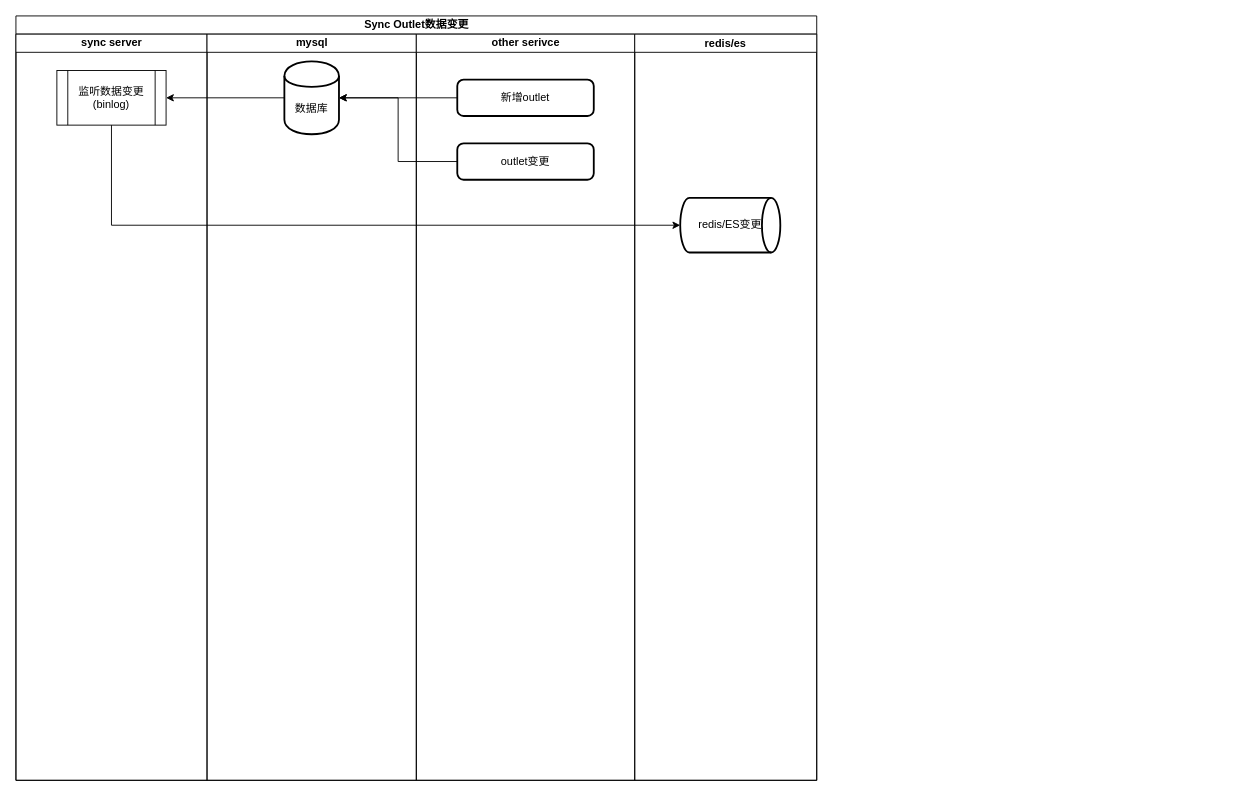
Before: Untitled Diagram.drawio in randomradio/cyzhao, a draw.io diagram. Source tidied: cells renumbered, new cells numbered last; positions are measured from the earlier drawing's top-left corner, leaving out a move shared by most shapes. Both pictures are drawn from the tidied source at 91%, with x=0, y=0 at pixel (15, 15).
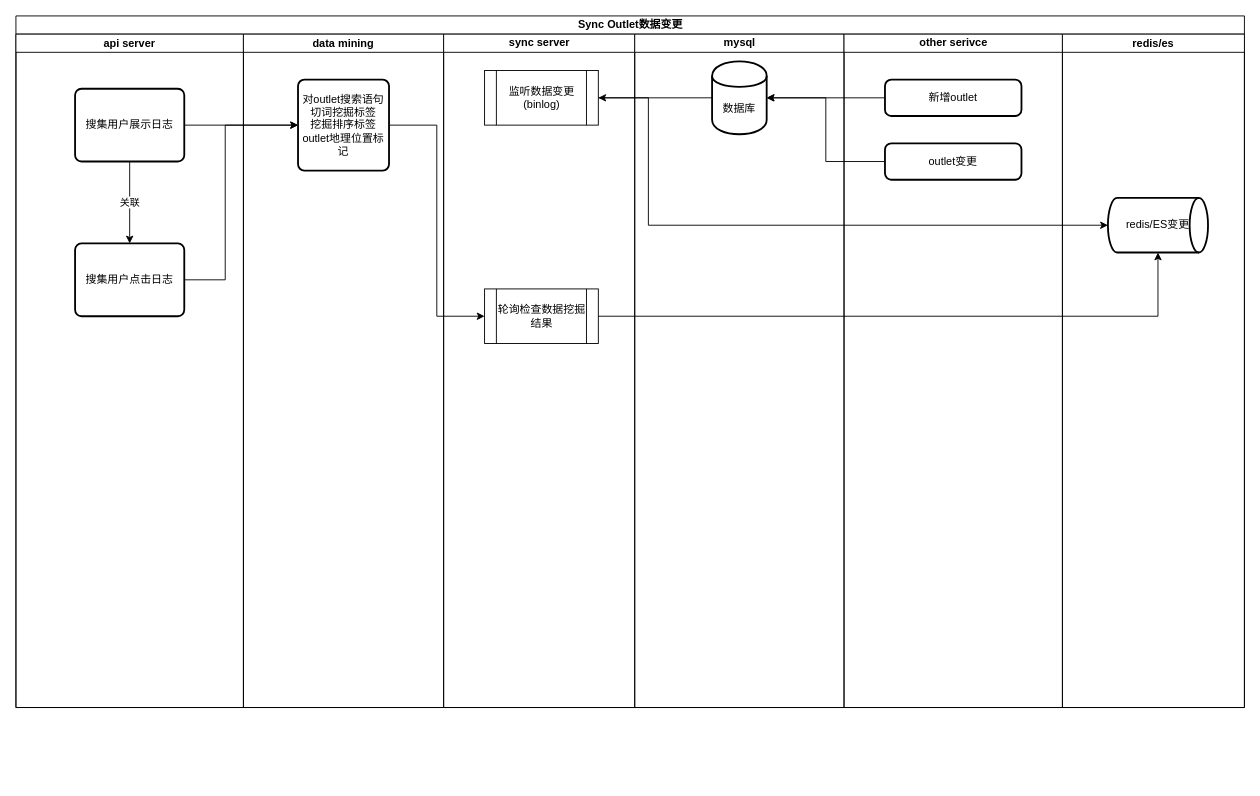
The same page after the edit.

The change refers to these unchanged cells:
```xml
<mxCell id="13" value="redis/ES变更" style="strokeWidth=2;html=1;shape=mxgraph.flowchart.direct_data;whiteSpace=wrap;" parent="12" vertex="1">
  <mxGeometry x="50" y="180" width="110" height="60" as="geometry" />
</mxCell>
```

Diff of the diagram source:
```diff
@@
     <mxCell id="2" value="Sync Outlet数据变更" style="swimlane;html=1;startSize=20;" parent="1" vertex="1">
-      <mxGeometry width="880" height="840" as="geometry" />
+      <mxGeometry width="1350" height="760" as="geometry" />
     </mxCell>
+    <mxCell id="16" value="api server" style="swimlane;startSize=20;" parent="2" vertex="1">
+      <mxGeometry y="20" width="250" height="740" as="geometry" />
+    </mxCell>
+    <mxCell id="17" value="关联" style="edgeStyle=orthogonalEdgeStyle;rounded=0;jettySize=auto;html=1;exitX=0.5;exitY=1;exitDx=0;exitDy=0;entryX=0.5;entryY=0;entryDx=0;entryDy=0;" parent="16" edge="1" source="18" target="19">
+      <mxGeometry relative="1" as="geometry" />
+    </mxCell>
+    <mxCell id="18" value="搜集用户展示日志" style="rounded=1;whiteSpace=wrap;html=1;absoluteArcSize=1;arcSize=14;strokeWidth=2;" parent="16" vertex="1">
+      <mxGeometry x="65" y="60" width="120" height="80" as="geometry" />
+    </mxCell>
+    <mxCell id="19" value="搜集用户点击日志" style="rounded=1;whiteSpace=wrap;html=1;absoluteArcSize=1;arcSize=14;strokeWidth=2;" parent="16" vertex="1">
+      <mxGeometry x="65" y="230" width="120" height="80" as="geometry" />
+    </mxCell>
+    <mxCell id="20" value="data mining" style="swimlane;startSize=20;" parent="2" vertex="1">
+      <mxGeometry x="250" y="20" width="220" height="740" as="geometry" />
+    </mxCell>
+    <mxCell id="21" value="对outlet搜索语句切词挖掘标签&lt;br&gt;挖掘排序标签&lt;br&gt;outlet地理位置标记" style="rounded=1;whiteSpace=wrap;html=1;absoluteArcSize=1;arcSize=14;strokeWidth=2;" parent="20" vertex="1">
+      <mxGeometry x="60" y="50" width="100" height="100" as="geometry" />
+    </mxCell>
     <mxCell id="3" value="sync server" style="swimlane;html=1;startSize=20;" parent="2" vertex="1">
-      <mxGeometry y="20" width="210" height="820" as="geometry" />
+      <mxGeometry x="470" y="20" width="210" height="740" as="geometry" />
     </mxCell>
     <mxCell id="4" value="监听数据变更(binlog)" style="shape=process;whiteSpace=wrap;html=1;backgroundOutline=1;" parent="3" vertex="1">
-      <mxGeometry x="45" y="40" width="120" height="60" as="geometry" />
+      <mxGeometry x="45" y="40" width="125" height="60" as="geometry" />
     </mxCell>
+    <mxCell id="22" value="轮询检查数据挖掘结果" style="shape=process;whiteSpace=wrap;html=1;backgroundOutline=1;" parent="3" vertex="1">
+      <mxGeometry x="45" y="280" width="125" height="60" as="geometry" />
+    </mxCell>
     <mxCell id="5" value="mysql" style="swimlane;html=1;startSize=20;" parent="2" vertex="1">
-      <mxGeometry x="210" y="20" width="230" height="820" as="geometry" />
+      <mxGeometry x="680" y="20" width="230" height="740" as="geometry" />
     </mxCell>
@@
     <mxCell id="7" value="other serivce" style="swimlane;html=1;startSize=20;" parent="2" vertex="1">
-      <mxGeometry x="440" y="20" width="240" height="820" as="geometry" />
+      <mxGeometry x="910" y="20" width="240" height="740" as="geometry" />
     </mxCell>
@@
     <mxCell id="12" value="redis/es" style="swimlane;startSize=20;" parent="2" vertex="1">
-      <mxGeometry x="680" y="20" width="200" height="820" as="geometry" />
+      <mxGeometry x="1150" y="20" width="200" height="740" as="geometry" />
     </mxCell>
@@
     <mxCell id="14" style="edgeStyle=orthogonalEdgeStyle;rounded=0;jettySize=auto;html=1;" parent="2" edge="1" source="4" target="13">
       <mxGeometry relative="1" as="geometry">
         <Array as="points">
-          <mxPoint x="105" y="230" />
+          <mxPoint x="695" y="230" />
         </Array>
       </mxGeometry>
     </mxCell>
@@
+    <mxCell id="23" style="edgeStyle=orthogonalEdgeStyle;rounded=0;jettySize=auto;html=1;entryX=0;entryY=0.5;entryDx=0;entryDy=0;" parent="2" edge="1" source="18" target="21">
+      <mxGeometry relative="1" as="geometry" />
+    </mxCell>
+    <mxCell id="24" style="edgeStyle=orthogonalEdgeStyle;rounded=0;jettySize=auto;html=1;entryX=0;entryY=0.5;entryDx=0;entryDy=0;" parent="2" edge="1" source="19" target="21">
+      <mxGeometry relative="1" as="geometry">
+        <Array as="points">
+          <mxPoint x="230" y="290" />
+          <mxPoint x="230" y="120" />
+        </Array>
+      </mxGeometry>
+    </mxCell>
+    <mxCell id="25" style="edgeStyle=orthogonalEdgeStyle;rounded=0;jettySize=auto;html=1;entryX=0;entryY=0.5;entryDx=0;entryDy=0;" parent="2" edge="1" source="21" target="22">
+      <mxGeometry relative="1" as="geometry" />
+    </mxCell>
+    <mxCell id="26" style="edgeStyle=orthogonalEdgeStyle;rounded=0;jettySize=auto;html=1;" parent="2" edge="1" source="22" target="13">
+      <mxGeometry relative="1" as="geometry" />
+    </mxCell>
```
